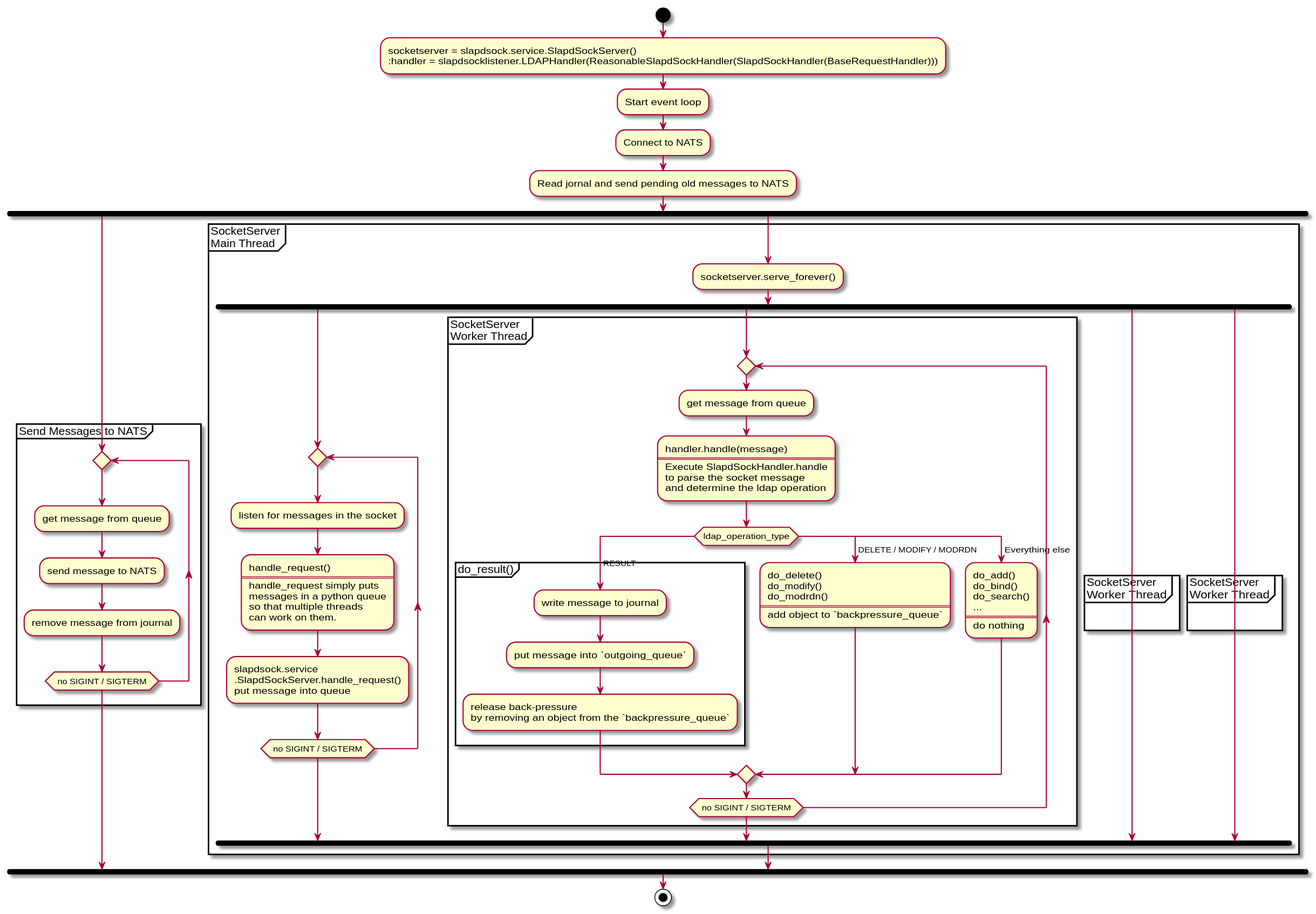
Earlier version of the PlantUML export docs/ldif_producer_activity_diagram.svg (univention/container-ldap). Source of this version:
```plantuml
@startuml LDIF Producer Activity Diagram
start

:socketserver = slapdsock.service.SlapdSockServer()
:handler = slapdsocklistener.LDAPHandler(ReasonableSlapdSockHandler(SlapdSockHandler(BaseRequestHandler)));

:Start event loop;
:Connect to NATS;
:Read jornal and send pending old messages to NATS;

fork

partition "Send Messages to NATS" {
repeat
:get message from queue;
:send message to NATS;
:remove message from journal;
repeat while ( no SIGINT / SIGTERM )
}

fork again
    partition "SocketServer\nMain Thread" {
        :socketserver.serve_forever();
    fork
        repeat
            :listen for messages in the socket;
            :handle_request()
            ====
            handle_request simply puts
            messages in a python queue
            so that multiple threads
            can work on them.;

            :slapdsock.service
            .SlapdSockServer.handle_request()
            put message into queue;
        repeat while ( no SIGINT / SIGTERM )

    fork again

        partition "SocketServer\nWorker Thread" {
            repeat
                :get message from queue;
                :handler.handle(message)
                ====
                Execute SlapdSockHandler.handle
                to parse the socket message
                and determine the ldap operation;
                switch (ldap_operation_type)
                case ( RESULT )
                    partition "do_result()" {
                        :write message to journal;
                        :put message into `outgoing_queue`;
                        :release back-pressure
                        by removing an object from the `backpressure_queue`;
                    }
                case ( DELETE / MODIFY / MODRDN )
                    :do_delete()
                    do_modify()
                    do_modrdn()
                    ====
                    add object to `backpressure_queue`;
                case ( Everything else )
                    :do_add()
                    do_bind()
                    do_search()
                    ...
                    ====
                    do nothing;
                endswitch
            repeat while ( no SIGINT / SIGTERM )
        }
    fork again
        partition "SocketServer\nWorker  Thread" {
        }
    fork again
        partition "SocketServer\nWorker  Thread" {
        }

    end fork
        }

end fork

stop

@enduml
```
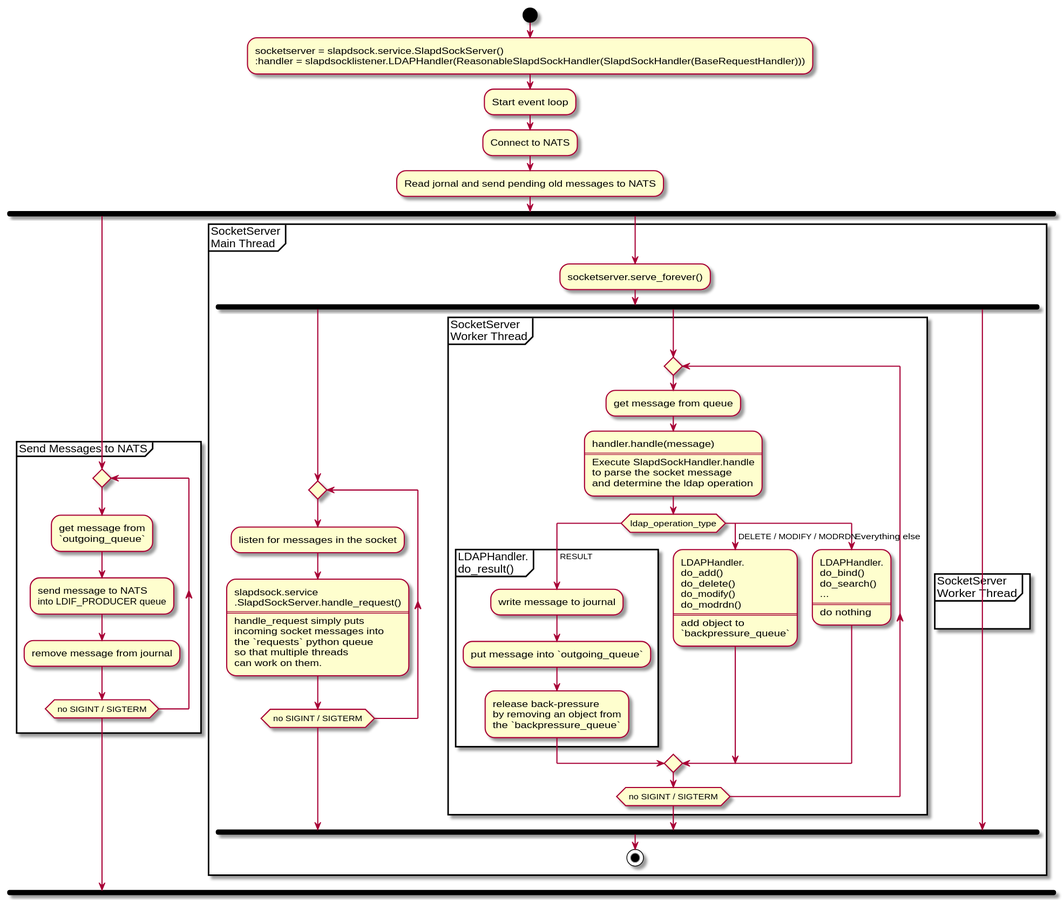
Above is the later version.

Commit message:
docs(ldif-producer): add detailed test and architecture documentation

The edit, as a diff of the source:
```diff
@@ -12,8 +12,10 @@
 
 partition "Send Messages to NATS" {
 repeat
-:get message from queue;
-:send message to NATS;
+:get message from
+`outgoing_queue`;
+:send message to NATS
+into LDIF_PRODUCER queue;
 :remove message from journal;
 repeat while ( no SIGINT / SIGTERM )
 }
@@ -24,16 +26,15 @@
     fork
         repeat
             :listen for messages in the socket;
-            :handle_request()
+            :slapdsock.service
+            .SlapdSockServer.handle_request()
             ====
             handle_request simply puts
-            messages in a python queue
+            incoming socket messages into
+            the `requests` python queue
             so that multiple threads
             can work on them.;
 
-            :slapdsock.service
-            .SlapdSockServer.handle_request()
-            put message into queue;
         repeat while ( no SIGINT / SIGTERM )
 
     fork again
@@ -48,20 +49,24 @@
                 and determine the ldap operation;
                 switch (ldap_operation_type)
                 case ( RESULT )
-                    partition "do_result()" {
+                    partition "LDAPHandler.\ndo_result()" {
                         :write message to journal;
                         :put message into `outgoing_queue`;
                         :release back-pressure
-                        by removing an object from the `backpressure_queue`;
+                        by removing an object from
+                        the `backpressure_queue`;
                     }
                 case ( DELETE / MODIFY / MODRDN )
-                    :do_delete()
+                    :LDAPHandler.
+                    do_add()
+                    do_delete()
                     do_modify()
                     do_modrdn()
                     ====
-                    add object to `backpressure_queue`;
+                    add object to
+                    `backpressure_queue`;
                 case ( Everything else )
-                    :do_add()
+                    :LDAPHandler.
                     do_bind()
                     do_search()
                     ...
@@ -73,12 +78,6 @@
     fork again
         partition "SocketServer\nWorker  Thread" {
         }
-    fork again
-        partition "SocketServer\nWorker  Thread" {
-        }
-
-    end fork
-        }
 
 end fork
 
```
